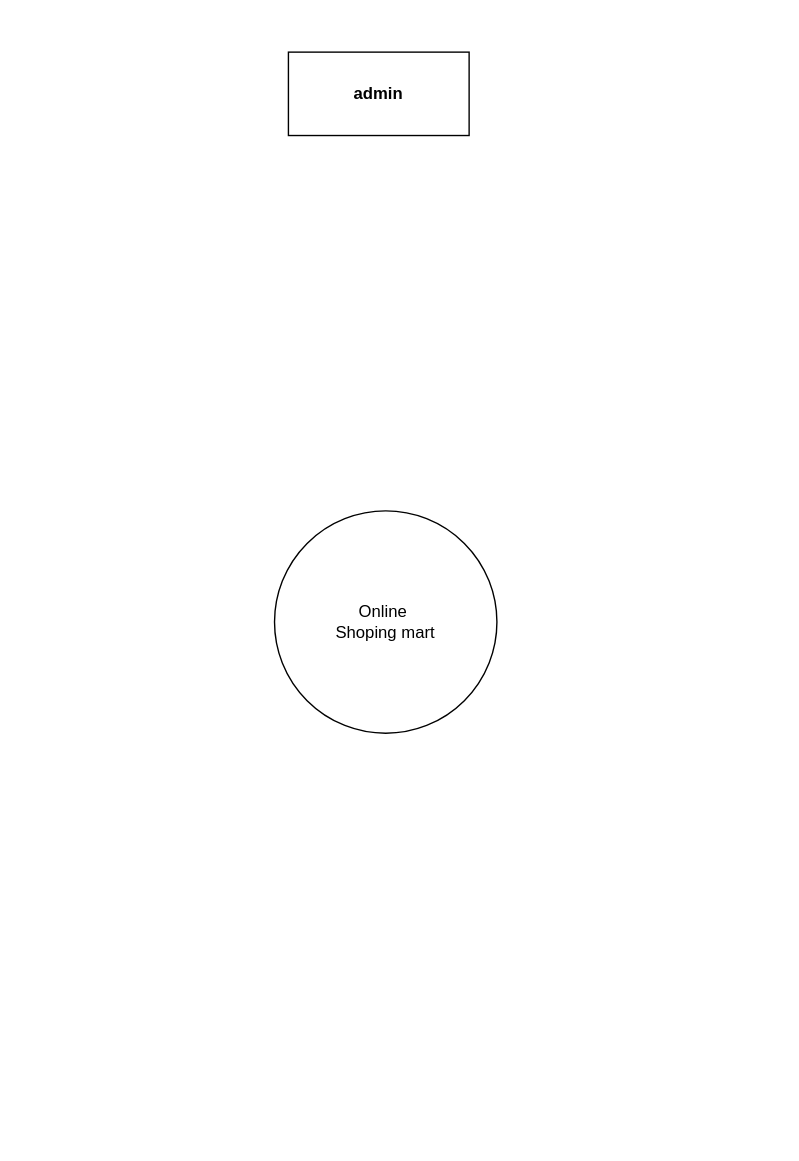
The draw.io diagram page "0 level" (1 of 4) of charts/dfd.drawio in AKrunal/document, before the edit. Source tidied: cells renumbered, new cells numbered last; positions are measured from the earlier drawing's top-left corner, leaving out a move shared by most shapes. Both pictures are drawn from the tidied source at 139%, with x=0, y=0 at pixel (274, 51).
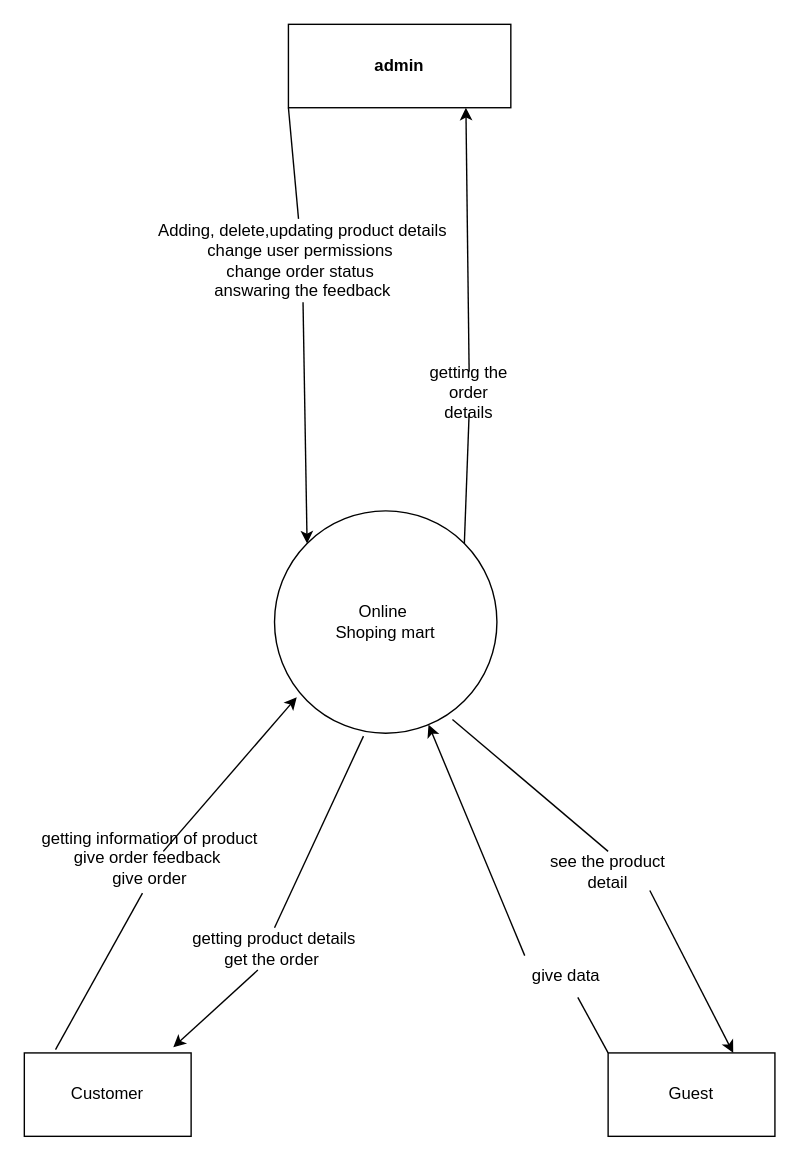
After the change.

Unchanged cells that the change refers to:
```xml
<mxCell id="2" value="Online&amp;nbsp;&lt;br&gt;Shoping mart" style="ellipse;whiteSpace=wrap;html=1;" parent="1" vertex="1">
  <mxGeometry y="330" width="160" height="160" as="geometry" />
</mxCell>
```

Diff of the diagram source:
```diff
@@
     <mxCell id="3" value="&lt;b&gt;admin&lt;/b&gt;" style="rounded=0;whiteSpace=wrap;html=1;" parent="1" vertex="1">
-      <mxGeometry x="10" width="130" height="60" as="geometry" />
+      <mxGeometry x="10" y="-20" width="160" height="60" as="geometry" />
     </mxCell>
+    <mxCell id="4" style="endArrow=classic;html=1;rounded=0;entryX=0;entryY=0;entryDx=0;entryDy=0;startArrow=none;" parent="1" edge="1" source="6" target="2">
+      <mxGeometry relative="1" as="geometry" />
+    </mxCell>
+    <mxCell id="5" style="endArrow=none;html=1;rounded=0;" parent="1" edge="1" target="6">
+      <mxGeometry relative="1" as="geometry">
+        <mxPoint x="10" y="40" as="sourcePoint" />
+      </mxGeometry>
+    </mxCell>
+    <mxCell id="6" value="Adding, delete,updating product details&lt;br&gt;change user permissions&amp;nbsp;&lt;br&gt;change order status&amp;nbsp;&lt;br&gt;answaring the feedback&lt;br&gt;" style="text;html=1;align=center;verticalAlign=middle;points=[];strokeColor=none;fillColor=none;" parent="1" vertex="1">
+      <mxGeometry x="-90" y="120" width="220" height="60" as="geometry" />
+    </mxCell>
+    <mxCell id="7" style="endArrow=classic;html=1;rounded=0;exitX=0.5;exitY=0;exitDx=0;exitDy=0;entryX=0.798;entryY=1;entryDx=0;entryDy=0;entryPerimeter=0;startArrow=none;" parent="1" edge="1" source="8" target="3">
+      <mxGeometry relative="1" as="geometry" />
+    </mxCell>
+    <mxCell id="8" value="getting the order details" style="text;html=1;strokeColor=none;fillColor=none;align=center;verticalAlign=middle;whiteSpace=wrap;rounded=0;" parent="1" vertex="1">
+      <mxGeometry x="110" y="230" width="60" height="30" as="geometry" />
+    </mxCell>
+    <mxCell id="9" style="endArrow=none;html=1;rounded=0;exitX=1;exitY=0;exitDx=0;exitDy=0;entryX=0.5;entryY=1;entryDx=0;entryDy=0;" parent="1" edge="1" source="2" target="8">
+      <mxGeometry relative="1" as="geometry" />
+    </mxCell>
+    <mxCell id="10" value="Guest" style="rounded=0;whiteSpace=wrap;html=1;" parent="1" vertex="1">
+      <mxGeometry x="240" y="720" width="120" height="60" as="geometry" />
+    </mxCell>
+    <mxCell id="11" value="Customer" style="rounded=0;whiteSpace=wrap;html=1;" parent="1" vertex="1">
+      <mxGeometry x="-180" y="720" width="120" height="60" as="geometry" />
+    </mxCell>
+    <mxCell id="12" style="endArrow=classic;html=1;rounded=0;exitX=0.5;exitY=0;exitDx=0;exitDy=0;entryX=0.1;entryY=0.838;entryDx=0;entryDy=0;entryPerimeter=0;startArrow=none;" parent="1" edge="1" target="2">
+      <mxGeometry relative="1" as="geometry">
+        <mxPoint x="-80" y="575" as="sourcePoint" />
+      </mxGeometry>
+    </mxCell>
+    <mxCell id="13" style="endArrow=none;html=1;rounded=0;exitX=0.187;exitY=-0.04;exitDx=0;exitDy=0;exitPerimeter=0;entryX=0.25;entryY=1;entryDx=0;entryDy=0;" parent="1" edge="1" source="11">
+      <mxGeometry relative="1" as="geometry">
+        <mxPoint x="-95" y="605" as="targetPoint" />
+      </mxGeometry>
+    </mxCell>
+    <mxCell id="14" value="getting information of product&lt;br&gt;give order feedback&amp;nbsp;&lt;br&gt;give order" style="text;html=1;align=center;verticalAlign=middle;strokeColor=none;fillColor=none;" parent="1" vertex="1">
+      <mxGeometry x="-175" y="555" width="170" height="50" as="geometry" />
+    </mxCell>
+    <mxCell id="15" style="endArrow=classic;html=1;rounded=0;exitX=0.4;exitY=1.013;exitDx=0;exitDy=0;exitPerimeter=0;entryX=0.893;entryY=-0.067;entryDx=0;entryDy=0;entryPerimeter=0;startArrow=none;" parent="1" edge="1" source="16" target="11">
+      <mxGeometry relative="1" as="geometry" />
+    </mxCell>
+    <mxCell id="16" value="getting product details get the order&amp;nbsp;" style="text;html=1;strokeColor=none;fillColor=none;align=center;verticalAlign=middle;whiteSpace=wrap;rounded=0;" parent="1" vertex="1">
+      <mxGeometry x="-60" y="630" width="120" height="30" as="geometry" />
+    </mxCell>
+    <mxCell id="17" style="endArrow=none;html=1;rounded=0;exitX=0.4;exitY=1.013;exitDx=0;exitDy=0;exitPerimeter=0;entryX=0.5;entryY=0;entryDx=0;entryDy=0;" parent="1" edge="1" source="2" target="16">
+      <mxGeometry relative="1" as="geometry" />
+    </mxCell>
+    <mxCell id="18" style="endArrow=classic;html=1;rounded=0;exitX=0.8;exitY=0.938;exitDx=0;exitDy=0;exitPerimeter=0;entryX=0.75;entryY=0;entryDx=0;entryDy=0;startArrow=none;" parent="1" edge="1" source="19" target="10">
+      <mxGeometry relative="1" as="geometry" />
+    </mxCell>
+    <mxCell id="19" value="see the product detail" style="text;html=1;strokeColor=none;fillColor=none;align=center;verticalAlign=middle;whiteSpace=wrap;rounded=0;" parent="1" vertex="1">
+      <mxGeometry x="190" y="575" width="100" height="30" as="geometry" />
+    </mxCell>
+    <mxCell id="20" style="endArrow=none;html=1;rounded=0;exitX=0.8;exitY=0.938;exitDx=0;exitDy=0;exitPerimeter=0;entryX=0.5;entryY=0;entryDx=0;entryDy=0;" parent="1" edge="1" source="2" target="19">
+      <mxGeometry relative="1" as="geometry" />
+    </mxCell>
+    <mxCell id="21" style="endArrow=classic;html=1;rounded=0;exitX=0;exitY=0;exitDx=0;exitDy=0;startArrow=none;" parent="1" edge="1" source="22" target="2">
+      <mxGeometry relative="1" as="geometry" />
+    </mxCell>
+    <mxCell id="22" value="give data" style="text;html=1;strokeColor=none;fillColor=none;align=center;verticalAlign=middle;whiteSpace=wrap;rounded=0;" parent="1" vertex="1">
+      <mxGeometry x="180" y="650" width="60" height="30" as="geometry" />
+    </mxCell>
+    <mxCell id="23" style="endArrow=none;html=1;rounded=0;exitX=0;exitY=0;exitDx=0;exitDy=0;" parent="1" edge="1" source="10" target="22">
+      <mxGeometry relative="1" as="geometry" />
+    </mxCell>
```
